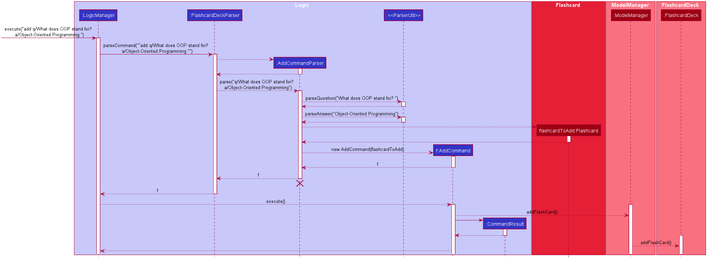
Earlier version of the PlantUML export docs/images/AddSequenceDiagram.png (nus-cs2103-AY2021S1/tp).
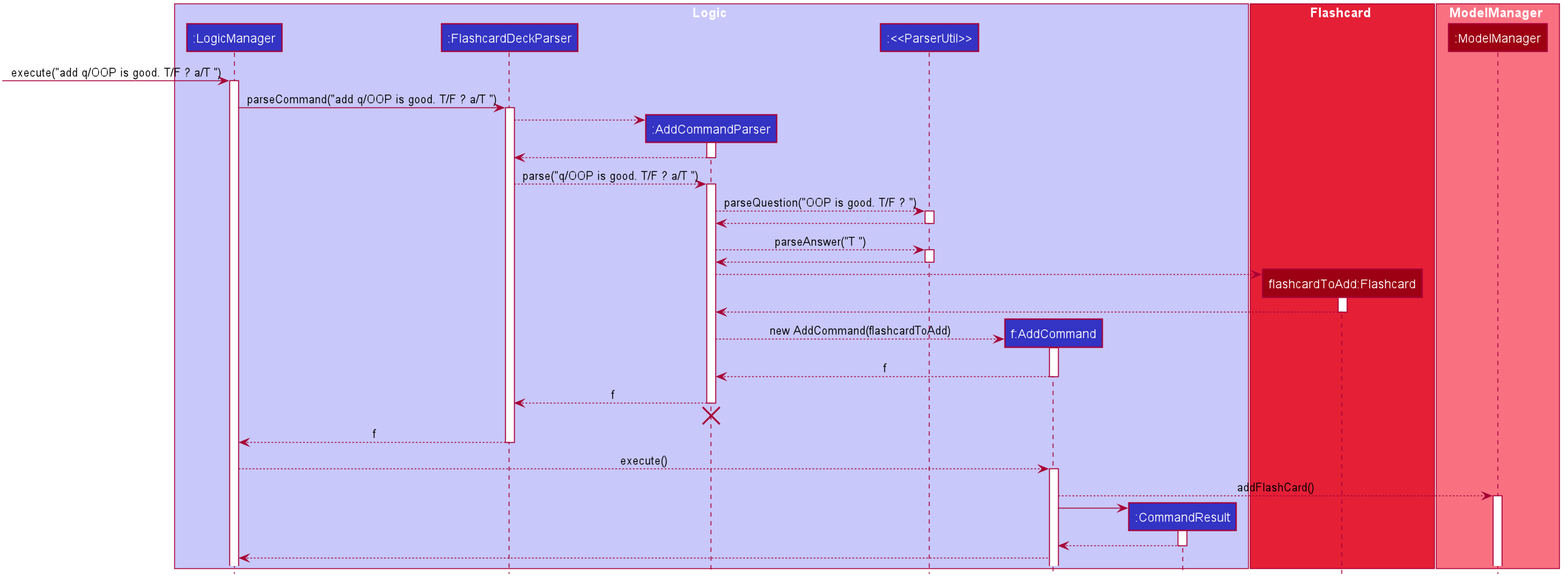
After the commit.

What changed in the source:
```diff
@@ -66,15 +66,10 @@
 participant ":ModelManager" as ModelManager #9D0012
 end box
 
-box FlashcardDeck #F97181
-participant ":FlashcardDeck" as FlashcardDeck #9D0012
-end box
-
-
-[-> LogicManager : execute("add q/What does OOP stand for? \n a/Object-Oriented Programming ")
+[-> LogicManager : execute("add q/OOP is good. T/F ? a/T ")
 activate LogicManager
 
-LogicManager -> FlashcardDeckParser : parseCommand(""add q/What does OOP stand for? \n a/Object-Oriented Programming "")
+LogicManager -> FlashcardDeckParser : parseCommand("add q/OOP is good. T/F ? a/T ")
 activate FlashcardDeckParser
 
 create AddCommandParser
@@ -84,16 +79,16 @@
 AddCommandParser --> FlashcardDeckParser
 deactivate AddCommandParser
 
-FlashcardDeckParser --> AddCommandParser : parse("q/What does OOP stand for? \n a/Object-Oriented Programming")
+FlashcardDeckParser --> AddCommandParser : parse("q/OOP is good. T/F ? a/T ")
 activate AddCommandParser
 
-AddCommandParser --> ParserUtil :parseQuestion("What does OOP stand for? ")
+AddCommandParser --> ParserUtil :parseQuestion("OOP is good. T/F ? ")
 activate ParserUtil
 
 ParserUtil --> AddCommandParser
 deactivate ParserUtil
 
-AddCommandParser --> ParserUtil :parseAnswer("Object-Oriented Programming")
+AddCommandParser --> ParserUtil :parseAnswer("T ")
 activate ParserUtil
 
 ParserUtil --> AddCommandParser
@@ -124,8 +119,8 @@
 LogicManager --> AddCommand : execute()
 activate AddCommand
 
+AddCommand --> ModelManager: addFlashCard()
 activate ModelManager
-AddCommand --> ModelManager: addFlashCard()
 
 create CommandResult
 AddCommand -> CommandResult
@@ -134,9 +129,6 @@
 CommandResult --> AddCommand
 deactivate CommandResult
 
-activate FlashcardDeck
-ModelManager --> FlashcardDeck : addFlashCard()
-
 AddCommand -->LogicManager
 
 @enduml
```
